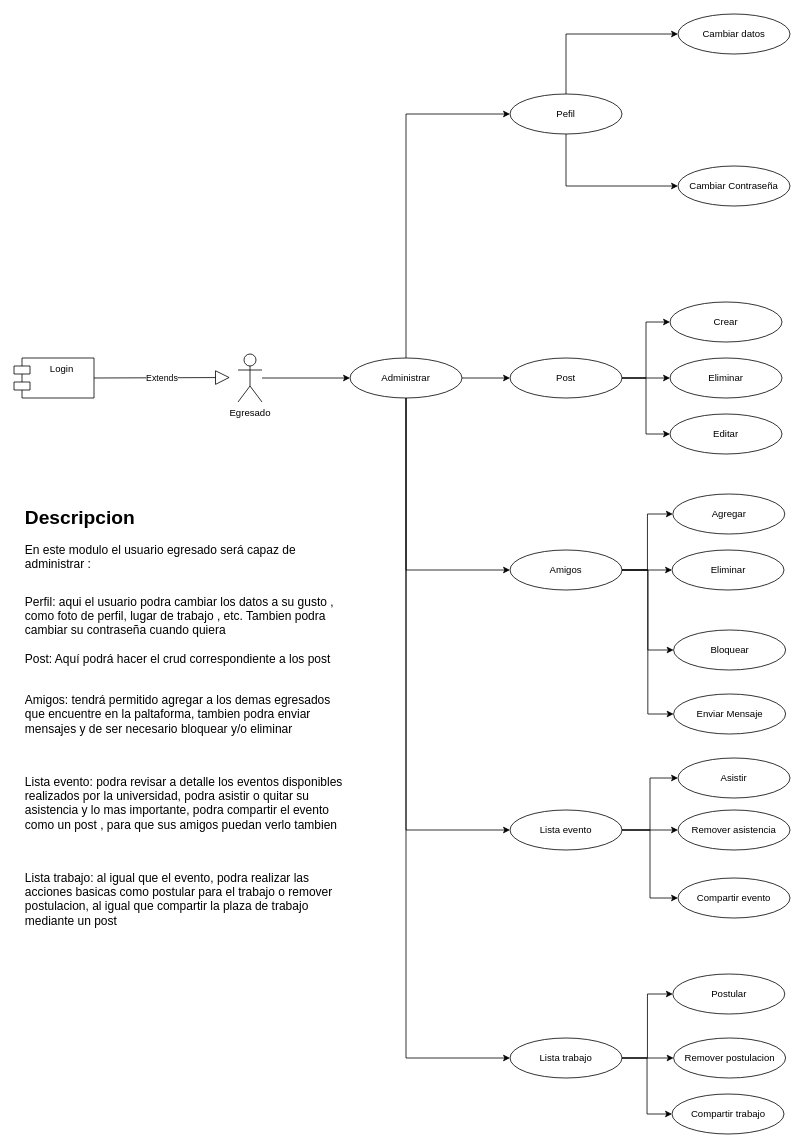
This is page "Modulo Egresado" (3 of 6) of Modelo datos.drawio from Jslquintero/Seguimiento-Egresados, a draw.io file, before an edit. Source tidied: cells renumbered, new cells numbered last; positions are measured from the earlier drawing's top-left corner, leaving out a move shared by most shapes. Both pictures are drawn from the tidied source at 80%, with x=0, y=0 at pixel (14, 14).
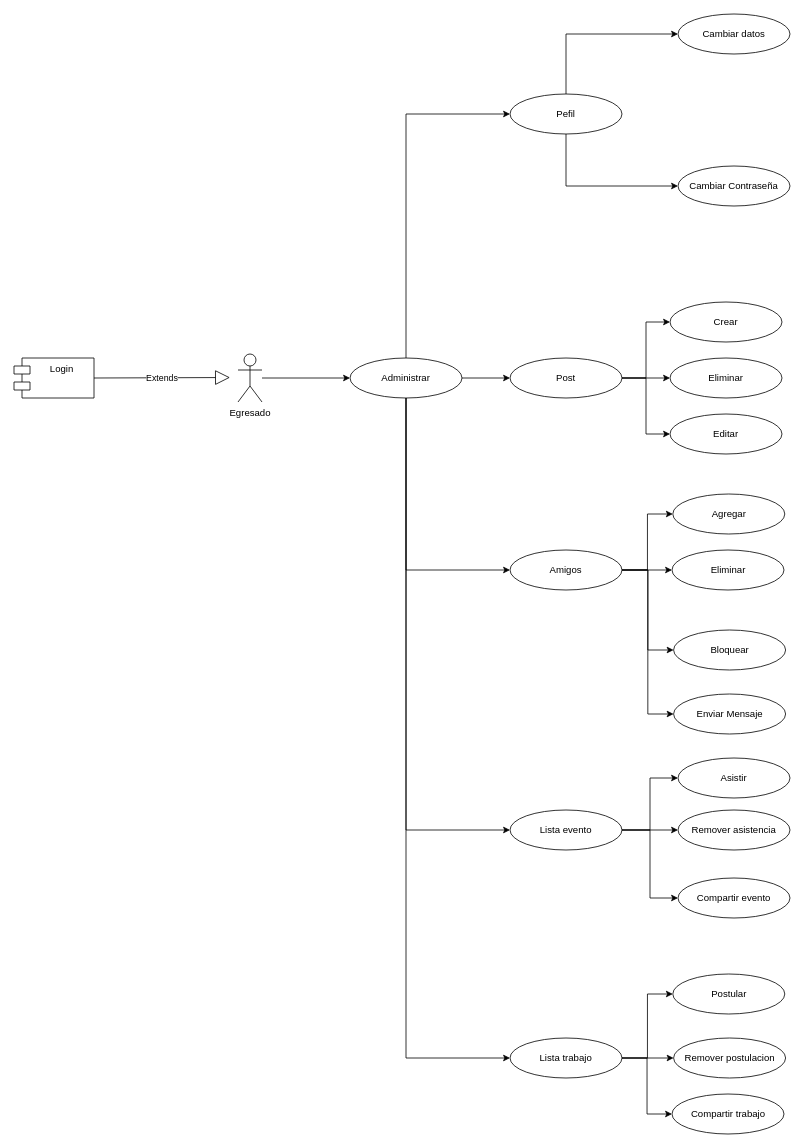
Above is the later version.

Diff of the diagram source:
```diff
@@
-    <mxCell id="47" value="&lt;h1&gt;Descripcion&lt;/h1&gt;&lt;p&gt;&lt;font style=&quot;font-size: 15px&quot;&gt;En este modulo el usuario egresado será capaz de administrar :&lt;/font&gt;&lt;br&gt;&lt;br&gt;&lt;br&gt;&lt;font style=&quot;font-size: 15px&quot;&gt;Perfil: aqui el usuario podra cambiar los datos a su gusto , como foto de perfil, lugar de trabajo , etc. Tambien podra cambiar su contraseña cuando quiera&amp;nbsp;&lt;br&gt;&lt;br&gt;Post: Aquí podrá hacer el crud correspondiente a los post&lt;br&gt;&lt;br&gt;&lt;/font&gt;&lt;/p&gt;&lt;p style=&quot;font-size: 15px&quot;&gt;&lt;font style=&quot;font-size: 15px&quot;&gt;Amigos: tendrá permitido agregar a los demas egresados que encuentre en la paltaforma, tambien podra enviar mensajes y de ser necesario bloquear y/o eliminar&amp;nbsp;&lt;/font&gt;&lt;/p&gt;&lt;p style=&quot;font-size: 15px&quot;&gt;&lt;font style=&quot;font-size: 15px&quot;&gt;&lt;br&gt;&lt;/font&gt;&lt;/p&gt;&lt;p style=&quot;font-size: 15px&quot;&gt;&lt;font style=&quot;font-size: 15px&quot;&gt;Lista evento: podra revisar a detalle los eventos disponibles realizados por la universidad, podra asistir o quitar su asistencia y lo mas importante, podra compartir el evento como un post , para que sus amigos puedan verlo tambien&amp;nbsp;&lt;/font&gt;&lt;/p&gt;&lt;p style=&quot;font-size: 15px&quot;&gt;&lt;font style=&quot;font-size: 15px&quot;&gt;&lt;br&gt;&lt;/font&gt;&lt;/p&gt;&lt;p style=&quot;font-size: 15px&quot;&gt;&lt;font style=&quot;font-size: 15px&quot;&gt;Lista trabajo: al igual que el evento, podra realizar las acciones basicas como postular para el trabajo o remover postulacion, al igual que compartir la plaza de trabajo mediante un post&lt;/font&gt;&lt;/p&gt;" style="text;html=1;strokeColor=none;fillColor=none;spacing=5;spacingTop=-20;whiteSpace=wrap;overflow=hidden;rounded=0;" parent="1" vertex="1">
-      <mxGeometry x="9" y="610" width="411" height="570" as="geometry" />
-    </mxCell>
```
